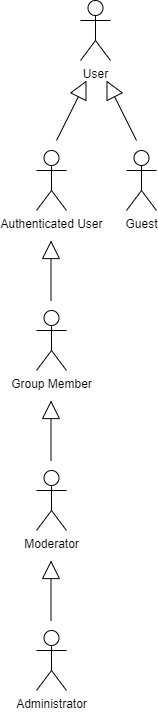
DreFlo/lbaw-2122 keeps this draw.io diagram as Actors.png. Above is the earlier version. Source tidied: cells renumbered, new cells last; positions are measured from the earlier drawing's top-left corner, leaving out a move shared by most shapes.
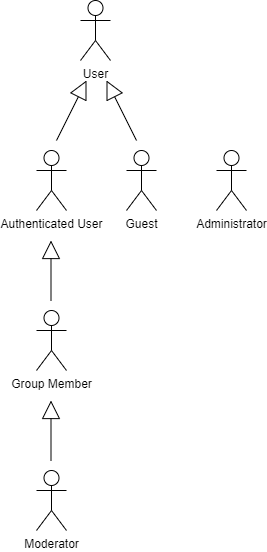
The same file after the commit.

Commit message:
Added actor diagram

What changed in the source:
```diff
@@ -42,13 +42,7 @@
       </mxGeometry>
     </mxCell>
     <mxCell id="11" value="Administrator" style="shape=umlActor;verticalLabelPosition=bottom;verticalAlign=top;html=1;" parent="1" vertex="1">
-      <mxGeometry y="630" width="30" height="60" as="geometry" />
+      <mxGeometry x="180" y="150" width="30" height="60" as="geometry" />
     </mxCell>
-    <mxCell id="12" style="endArrow=block;endSize=16;endFill=0;html=1;" parent="1" edge="1">
-      <mxGeometry y="40" relative="1" as="geometry">
-        <mxPoint x="14.5" y="620" as="sourcePoint" />
-        <mxPoint x="14.5" y="560" as="targetPoint" />
-      </mxGeometry>
-    </mxCell>
   </root>
 </mxGraphModel>
```
